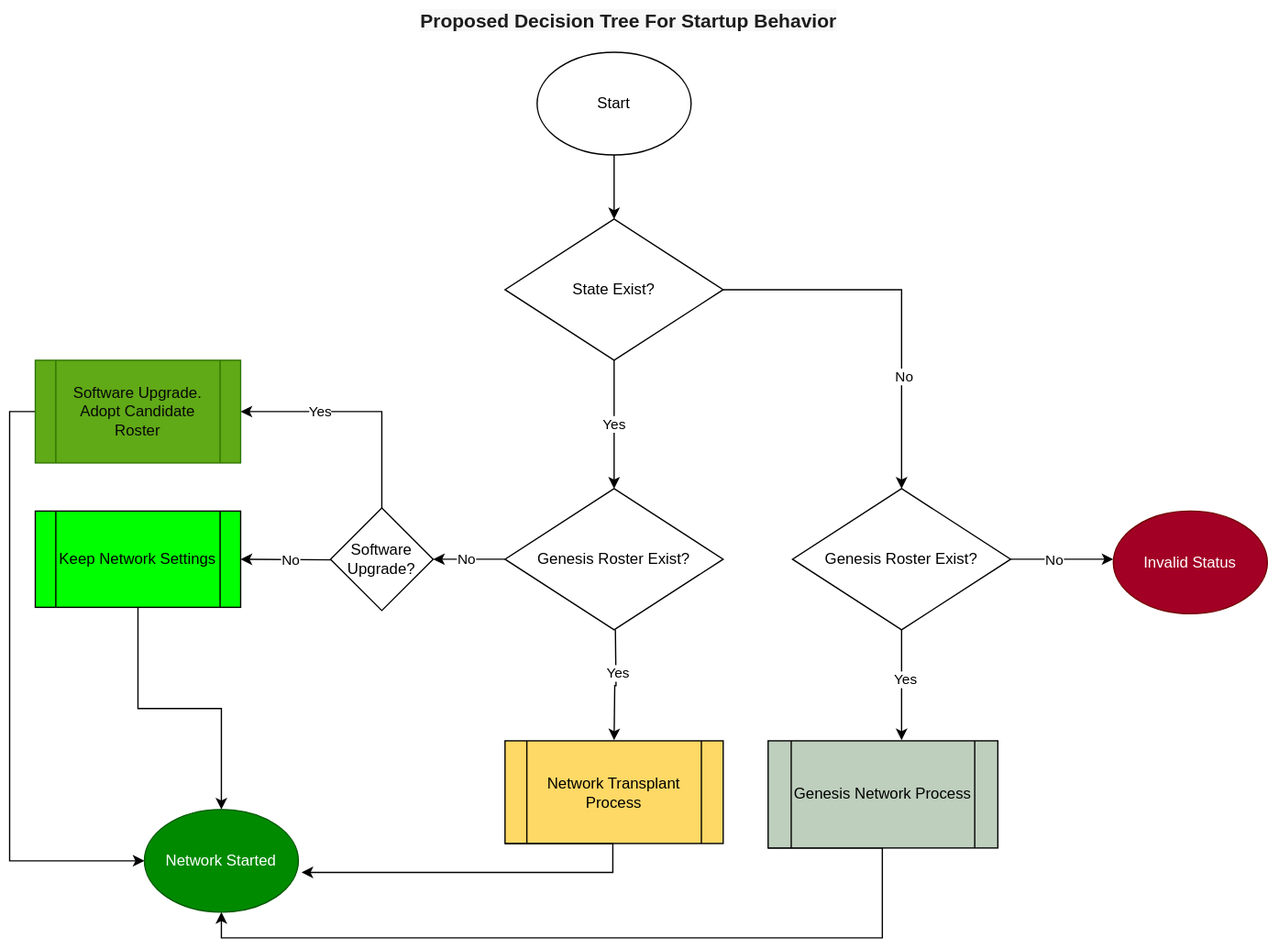
Before: platform-sdk/docs/proposals/001-tss-rosters-design-proposal/TSS Roster Lifecycle-Proposed Startup Behavior.drawio.svg, a diagram exported from draw.io (hashgraph/hedera-services). Source tidied: cells renumbered, new cells last; positions are measured from the earlier drawing's top-left corner, leaving out a move shared by most shapes. The source it was exported from:
```xml
<mxGraphModel>
  <root>
    <mxCell id="0" />
    <mxCell id="1" parent="0" />
    <mxCell id="2" style="edgeStyle=orthogonalEdgeStyle;rounded=0;orthogonalLoop=1;jettySize=auto;html=1;exitX=0.5;exitY=1;exitDx=0;exitDy=0;" parent="1" edge="1">
      <mxGeometry relative="1" as="geometry">
        <mxPoint x="472" y="490" as="sourcePoint" />
        <mxPoint x="471" y="576" as="targetPoint" />
      </mxGeometry>
    </mxCell>
    <mxCell id="3" value="Yes" style="edgeLabel;html=1;align=center;verticalAlign=middle;" parent="2" vertex="1">
      <mxGeometry x="-0.22" y="1" relative="1" as="geometry" />
    </mxCell>
    <mxCell id="4" style="edgeStyle=orthogonalEdgeStyle;rounded=0;jettySize=auto;html=1;exitX=0;exitY=0.5;exitDx=0;exitDy=0;entryX=1;entryY=0.5;entryDx=0;entryDy=0;" parent="1" edge="1" target="15">
      <mxGeometry relative="1" as="geometry">
        <mxPoint x="330" y="435" as="sourcePoint" />
      </mxGeometry>
    </mxCell>
    <mxCell id="5" value="No" style="edgeLabel;html=1;align=center;verticalAlign=middle;" parent="4" vertex="1">
      <mxGeometry x="0.06" relative="1" as="geometry">
        <mxPoint x="-32" as="offset" />
      </mxGeometry>
    </mxCell>
    <mxCell id="6" value="Genesis Roster Exist?" style="rhombus;whiteSpace=wrap;html=1;" parent="1" vertex="1">
      <mxGeometry x="386" y="380" width="170" height="110" as="geometry" />
    </mxCell>
    <mxCell id="7" value="Yes" style="edgeStyle=orthogonalEdgeStyle;rounded=0;jettySize=auto;html=1;exitX=0.5;exitY=1;exitDx=0;exitDy=0;entryX=0.5;entryY=0;entryDx=0;entryDy=0;" parent="1" edge="1" source="10" target="6">
      <mxGeometry relative="1" as="geometry" />
    </mxCell>
    <mxCell id="8" style="edgeStyle=orthogonalEdgeStyle;rounded=0;jettySize=auto;html=1;exitX=1;exitY=0.5;exitDx=0;exitDy=0;entryX=0.5;entryY=0;entryDx=0;entryDy=0;" parent="1" edge="1" source="10" target="26">
      <mxGeometry relative="1" as="geometry" />
    </mxCell>
    <mxCell id="9" value="No" style="edgeLabel;html=1;align=center;verticalAlign=middle;" parent="8" vertex="1">
      <mxGeometry x="0.4" y="1" relative="1" as="geometry" />
    </mxCell>
    <mxCell id="10" value="State Exist?" style="rhombus;whiteSpace=wrap;html=1;" parent="1" vertex="1">
      <mxGeometry x="386" y="170" width="170" height="110" as="geometry" />
    </mxCell>
    <mxCell id="11" style="edgeStyle=orthogonalEdgeStyle;rounded=0;jettySize=auto;html=1;exitX=0;exitY=1;exitDx=0;exitDy=0;entryX=0.5;entryY=1;entryDx=0;entryDy=0;" parent="1" edge="1" source="12" target="32">
      <mxGeometry relative="1" as="geometry">
        <Array as="points">
          <mxPoint x="680" y="660" />
          <mxPoint x="680" y="730" />
          <mxPoint x="165" y="730" />
        </Array>
      </mxGeometry>
    </mxCell>
    <mxCell id="12" value="Genesis Network Process" style="shape=process;whiteSpace=wrap;html=1;backgroundOutline=1;fillColor=#BECFBD;" parent="1" vertex="1">
      <mxGeometry x="591" y="576.5" width="179" height="83.5" as="geometry" />
    </mxCell>
    <mxCell id="13" value="Network Transplant Process" style="shape=process;whiteSpace=wrap;html=1;backgroundOutline=1;fillColor=#FFD966;" parent="1" vertex="1">
      <mxGeometry x="386" y="576.5" width="170" height="80" as="geometry" />
    </mxCell>
    <mxCell id="14" style="edgeStyle=orthogonalEdgeStyle;rounded=0;jettySize=auto;html=1;exitX=0.5;exitY=1;exitDx=0;exitDy=0;" parent="1" edge="1" source="15" target="32">
      <mxGeometry relative="1" as="geometry" />
    </mxCell>
    <mxCell id="15" value="Keep Network Settings" style="shape=process;whiteSpace=wrap;html=1;backgroundOutline=1;fillColor=#00FF00;" parent="1" vertex="1">
      <mxGeometry x="20" y="397.5" width="160" height="75" as="geometry" />
    </mxCell>
    <mxCell id="16" value="&lt;b style=&quot;box-sizing: inherit; color: rgb(29, 28, 29); font-family: Slack-Lato, Slack-Fractions, appleLogo, sans-serif; font-size: 15px; font-variant-ligatures: common-ligatures; text-align: left; background-color: rgb(248, 248, 248);&quot;&gt;Proposed Decision Tree For Startup Behavior&lt;/b&gt;" style="text;html=1;align=center;verticalAlign=middle;whiteSpace=wrap;rounded=0;" parent="1" vertex="1">
      <mxGeometry x="310" width="345" height="30" as="geometry" />
    </mxCell>
    <mxCell id="17" style="edgeStyle=orthogonalEdgeStyle;rounded=0;jettySize=auto;html=1;exitX=0;exitY=0.5;exitDx=0;exitDy=0;" parent="1" edge="1" source="18" target="32">
      <mxGeometry relative="1" as="geometry">
        <Array as="points">
          <mxPoint y="320" />
          <mxPoint y="670" />
        </Array>
      </mxGeometry>
    </mxCell>
    <mxCell id="18" value="&lt;font color=&quot;#080808&quot;&gt;Software Upgrade.&lt;br&gt;Adopt Candidate Roster&lt;/font&gt;" style="shape=process;whiteSpace=wrap;html=1;backgroundOutline=1;fillColor=#60a917;strokeColor=#2D7600;fontColor=#ffffff;" parent="1" vertex="1">
      <mxGeometry x="20" y="280" width="160" height="80" as="geometry" />
    </mxCell>
    <mxCell id="19" style="edgeStyle=orthogonalEdgeStyle;rounded=0;jettySize=auto;html=1;exitX=0;exitY=0.5;exitDx=0;exitDy=0;entryX=1;entryY=0.5;entryDx=0;entryDy=0;" parent="1" edge="1" source="6" target="23">
      <mxGeometry relative="1" as="geometry" />
    </mxCell>
    <mxCell id="20" value="No" style="edgeLabel;html=1;align=center;verticalAlign=middle;" parent="19" vertex="1">
      <mxGeometry x="0.11" y="-1" relative="1" as="geometry" />
    </mxCell>
    <mxCell id="21" style="edgeStyle=orthogonalEdgeStyle;rounded=0;jettySize=auto;html=1;exitX=0.5;exitY=0;exitDx=0;exitDy=0;entryX=1;entryY=0.5;entryDx=0;entryDy=0;" parent="1" edge="1" source="23" target="18">
      <mxGeometry relative="1" as="geometry" />
    </mxCell>
    <mxCell id="22" value="Yes" style="edgeLabel;html=1;align=center;verticalAlign=middle;" parent="21" vertex="1">
      <mxGeometry x="0.34" y="-1" relative="1" as="geometry" />
    </mxCell>
    <mxCell id="23" value="Software Upgrade?" style="rhombus;whiteSpace=wrap;html=1;" parent="1" vertex="1">
      <mxGeometry x="250" y="395" width="80" height="80" as="geometry" />
    </mxCell>
    <mxCell id="24" style="edgeStyle=orthogonalEdgeStyle;rounded=0;jettySize=auto;html=1;exitX=1;exitY=0.5;exitDx=0;exitDy=0;" parent="1" edge="1" source="26">
      <mxGeometry relative="1" as="geometry">
        <mxPoint x="860" y="435" as="targetPoint" />
      </mxGeometry>
    </mxCell>
    <mxCell id="25" value="No" style="edgeLabel;html=1;align=center;verticalAlign=middle;" parent="24" vertex="1">
      <mxGeometry x="-0.19" relative="1" as="geometry">
        <mxPoint x="1" as="offset" />
      </mxGeometry>
    </mxCell>
    <mxCell id="26" value="Genesis Roster Exist?" style="rhombus;whiteSpace=wrap;html=1;" parent="1" vertex="1">
      <mxGeometry x="610" y="380" width="170" height="110" as="geometry" />
    </mxCell>
    <mxCell id="27" style="edgeStyle=orthogonalEdgeStyle;rounded=0;jettySize=auto;html=1;exitX=0.5;exitY=1;exitDx=0;exitDy=0;entryX=0.581;entryY=-0.006;entryDx=0;entryDy=0;entryPerimeter=0;" parent="1" edge="1" source="26" target="12">
      <mxGeometry relative="1" as="geometry" />
    </mxCell>
    <mxCell id="28" value="Yes" style="edgeLabel;html=1;align=center;verticalAlign=middle;" parent="27" vertex="1">
      <mxGeometry x="-0.12" y="3" relative="1" as="geometry" />
    </mxCell>
    <mxCell id="29" value="Invalid Status" style="ellipse;whiteSpace=wrap;html=1;fillColor=#a20025;strokeColor=#6F0000;fontColor=#ffffff;" parent="1" vertex="1">
      <mxGeometry x="860" y="397.5" width="120" height="80" as="geometry" />
    </mxCell>
    <mxCell id="30" style="edgeStyle=orthogonalEdgeStyle;rounded=0;jettySize=auto;html=1;exitX=0.5;exitY=1;exitDx=0;exitDy=0;entryX=0.5;entryY=0;entryDx=0;entryDy=0;" parent="1" edge="1" source="31" target="10">
      <mxGeometry relative="1" as="geometry" />
    </mxCell>
    <mxCell id="31" value="Start" style="ellipse;whiteSpace=wrap;html=1;" parent="1" vertex="1">
      <mxGeometry x="411" y="40" width="120" height="80" as="geometry" />
    </mxCell>
    <mxCell id="32" value="Network Started" style="ellipse;whiteSpace=wrap;html=1;fillColor=#008a00;fontColor=#ffffff;strokeColor=#005700;" parent="1" vertex="1">
      <mxGeometry x="105" y="630" width="120" height="80" as="geometry" />
    </mxCell>
    <mxCell id="33" style="edgeStyle=orthogonalEdgeStyle;rounded=0;jettySize=auto;html=1;exitX=0;exitY=1;exitDx=0;exitDy=0;entryX=1.021;entryY=0.613;entryDx=0;entryDy=0;entryPerimeter=0;" parent="1" edge="1" source="13" target="32">
      <mxGeometry relative="1" as="geometry">
        <Array as="points">
          <mxPoint x="470" y="657" />
          <mxPoint x="470" y="679" />
        </Array>
      </mxGeometry>
    </mxCell>
  </root>
</mxGraphModel>
```
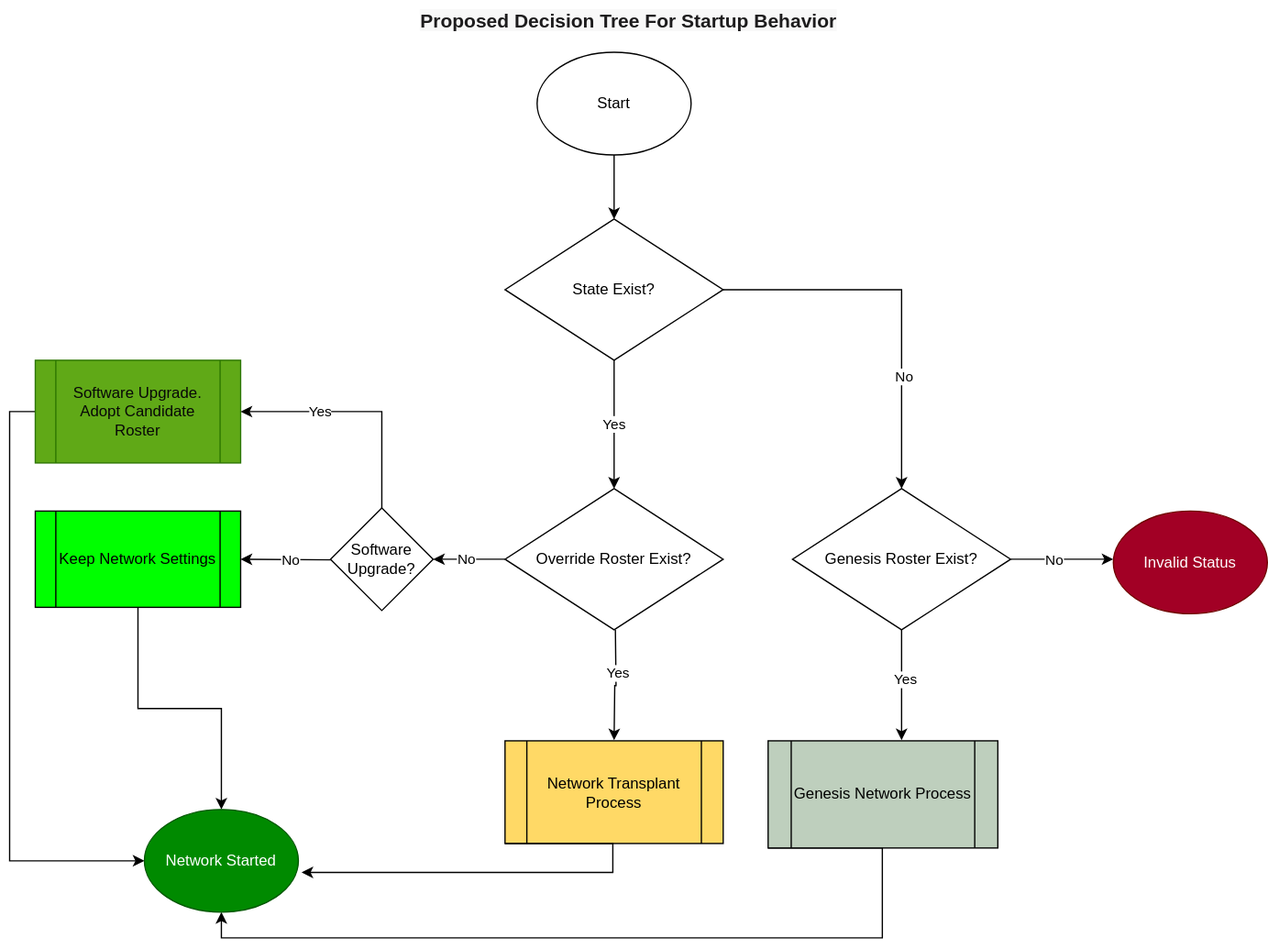
Later version of the same file.

Commit message:
separate genesis roster from override roster and document it

The edit, as a diff of the source:
```diff
@@ -21,7 +21,7 @@
         <mxPoint x="-32" as="offset" />
       </mxGeometry>
     </mxCell>
-    <mxCell id="6" value="Genesis Roster Exist?" style="rhombus;whiteSpace=wrap;html=1;" parent="1" vertex="1">
+    <mxCell id="6" value="Override Roster Exist?" style="rhombus;whiteSpace=wrap;html=1;" parent="1" vertex="1">
       <mxGeometry x="386" y="380" width="170" height="110" as="geometry" />
     </mxCell>
     <mxCell id="7" value="Yes" style="edgeStyle=orthogonalEdgeStyle;rounded=0;jettySize=auto;html=1;exitX=0.5;exitY=1;exitDx=0;exitDy=0;entryX=0.5;entryY=0;entryDx=0;entryDy=0;" parent="1" edge="1" source="10" target="6">
```
